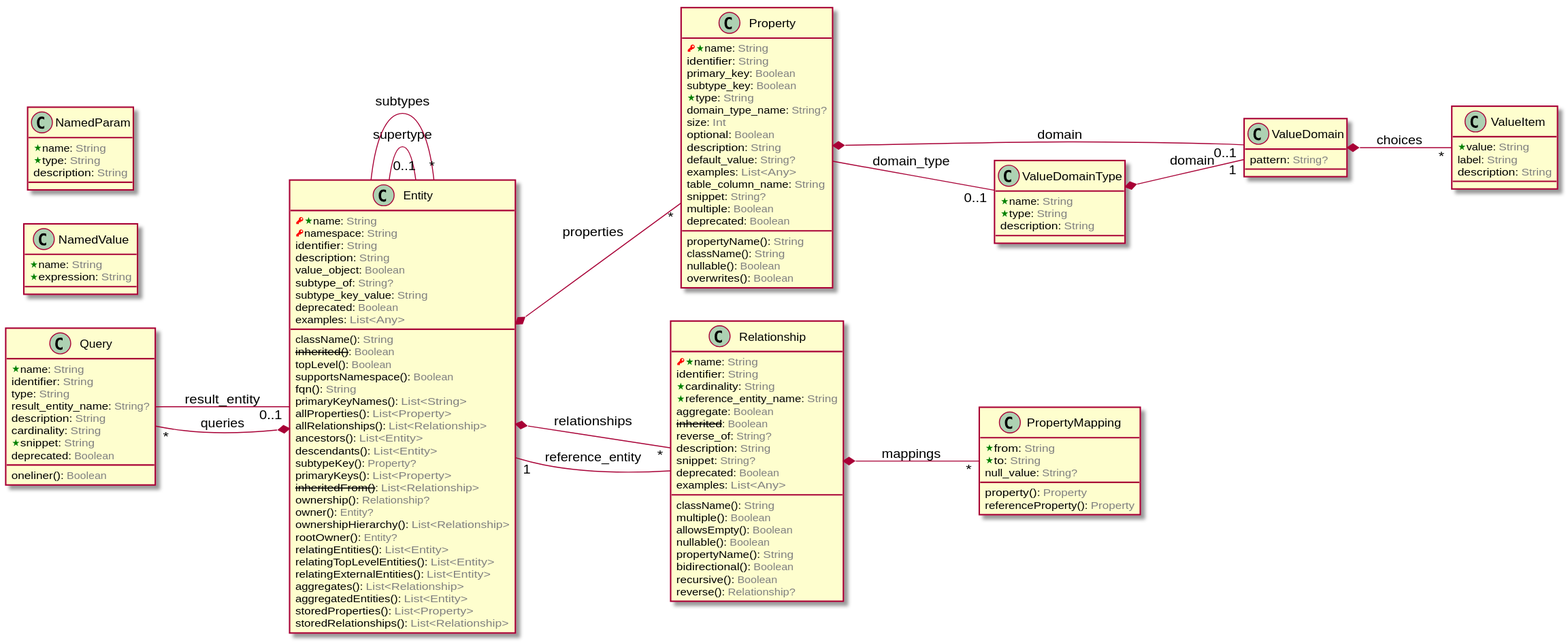
Before: doc/image/model-diagram.svg, a diagram exported from PlantUML (laplacian-core/metamodel).
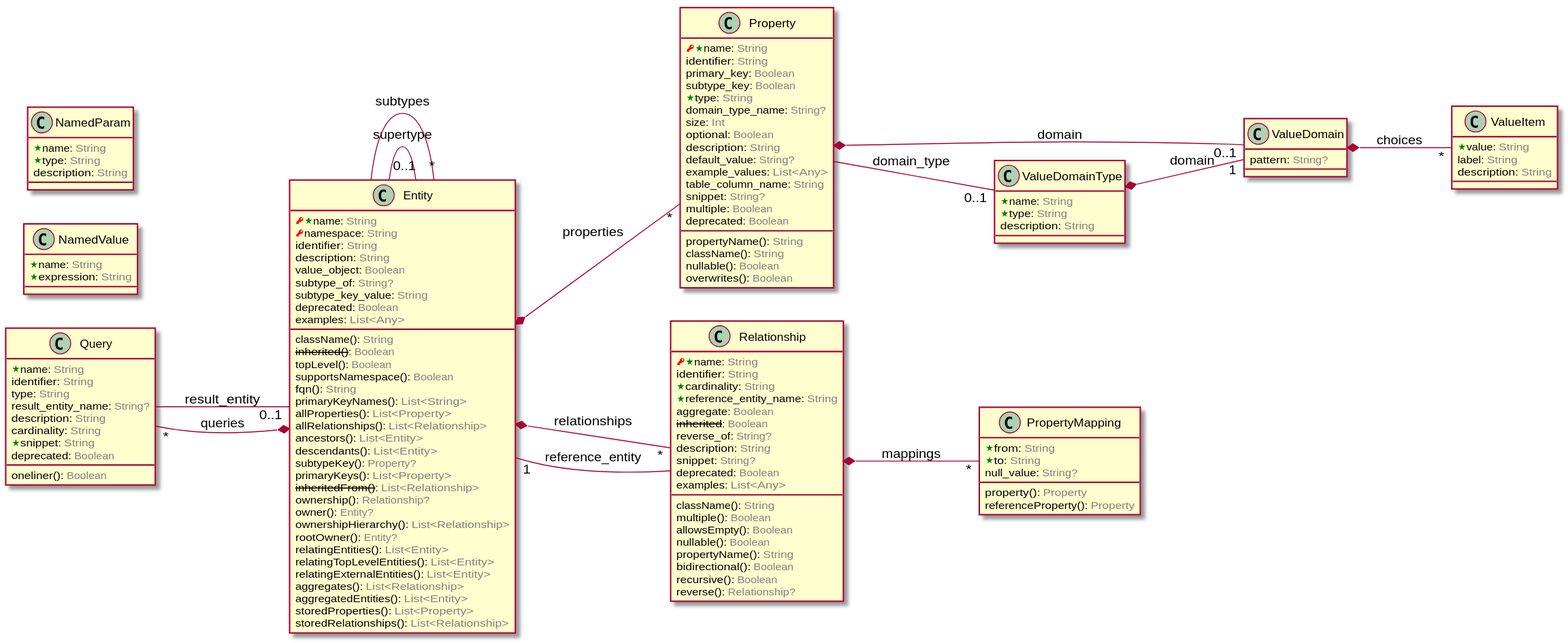
Above is the later version.

Diff of the diagram source:
```diff
@@ -106,7 +106,7 @@
   optional: <color:GRAY>Boolean</color>
   description: <color:GRAY>String</color>
   default_value: <color:GRAY>String?</color>
-  examples: <color:GRAY>List<Any></color>
+  example_values: <color:GRAY>List<Any></color>
   table_column_name: <color:GRAY>String</color>
   snippet: <color:GRAY>String?</color>
   multiple: <color:GRAY>Boolean</color>
```
